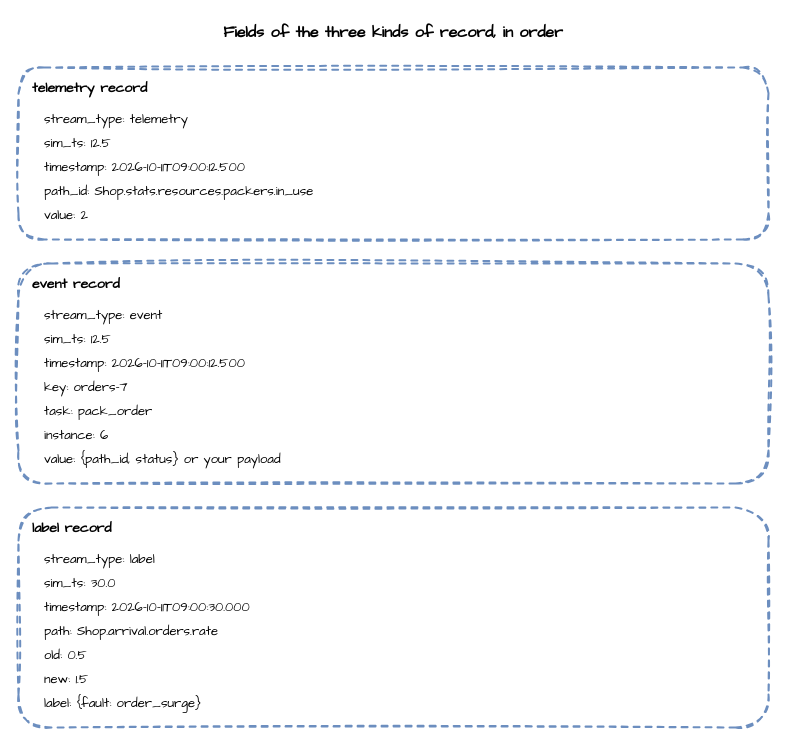
Earlier version of the draw.io diagram docs/assets/diagrams/record-shapes.drawio (jaehyeon-kim/desflow). Source tidied: cells renumbered, new cells numbered last; positions are measured from the earlier drawing's top-left corner, leaving out a move shared by most shapes. Both pictures are drawn from the tidied source at 100%, with x=0, y=0 at pixel (18, 17).
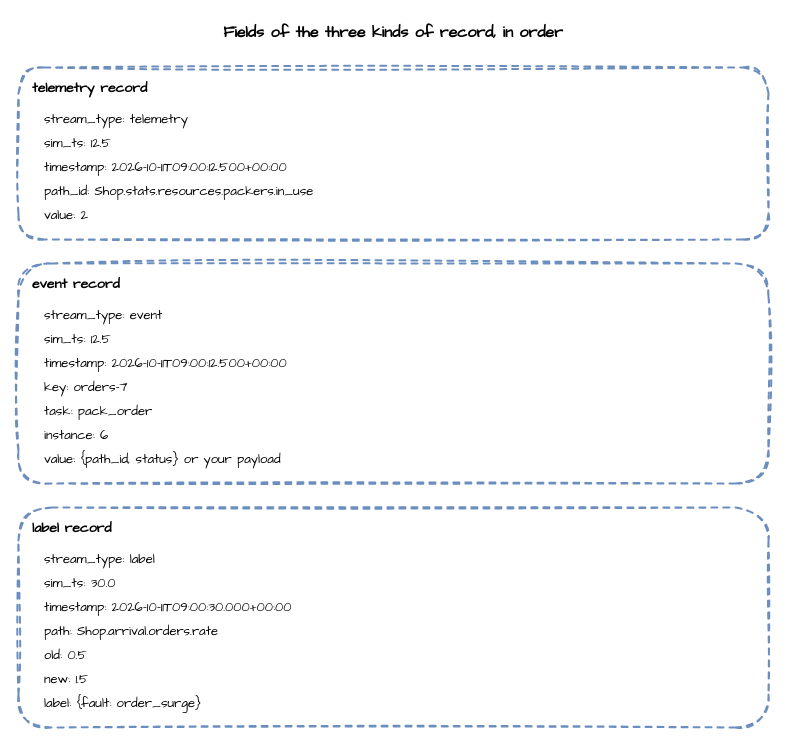
The same diagram, later.

Change to the diagram source:
```diff
@@
-    <mxCell id="6" value="timestamp: 2026-10-11T09:00:12.500" style="text;html=1;align=left;verticalAlign=middle;whiteSpace=wrap;fontFamily=Comic Sans MS;fontSize=13;" parent="1" vertex="1">
+    <mxCell id="6" value="timestamp: 2026-10-11T09:00:12.500+00:00" style="text;html=1;align=left;verticalAlign=middle;whiteSpace=wrap;fontFamily=Comic Sans MS;fontSize=13;" parent="1" vertex="1">
       <mxGeometry x="24" y="138" width="700" height="24" as="geometry" />
     </mxCell>
@@
-    <mxCell id="12" value="timestamp: 2026-10-11T09:00:12.500" style="text;html=1;align=left;verticalAlign=middle;whiteSpace=wrap;fontFamily=Comic Sans MS;fontSize=13;" parent="1" vertex="1">
+    <mxCell id="12" value="timestamp: 2026-10-11T09:00:12.500+00:00" style="text;html=1;align=left;verticalAlign=middle;whiteSpace=wrap;fontFamily=Comic Sans MS;fontSize=13;" parent="1" vertex="1">
       <mxGeometry x="24" y="334" width="700" height="24" as="geometry" />
     </mxCell>
@@
-    <mxCell id="20" value="timestamp: 2026-10-11T09:00:30.000" style="text;html=1;align=left;verticalAlign=middle;whiteSpace=wrap;fontFamily=Comic Sans MS;fontSize=13;" parent="1" vertex="1">
+    <mxCell id="20" value="timestamp: 2026-10-11T09:00:30.000+00:00" style="text;html=1;align=left;verticalAlign=middle;whiteSpace=wrap;fontFamily=Comic Sans MS;fontSize=13;" parent="1" vertex="1">
       <mxGeometry x="24" y="578" width="700" height="24" as="geometry" />
     </mxCell>
```
